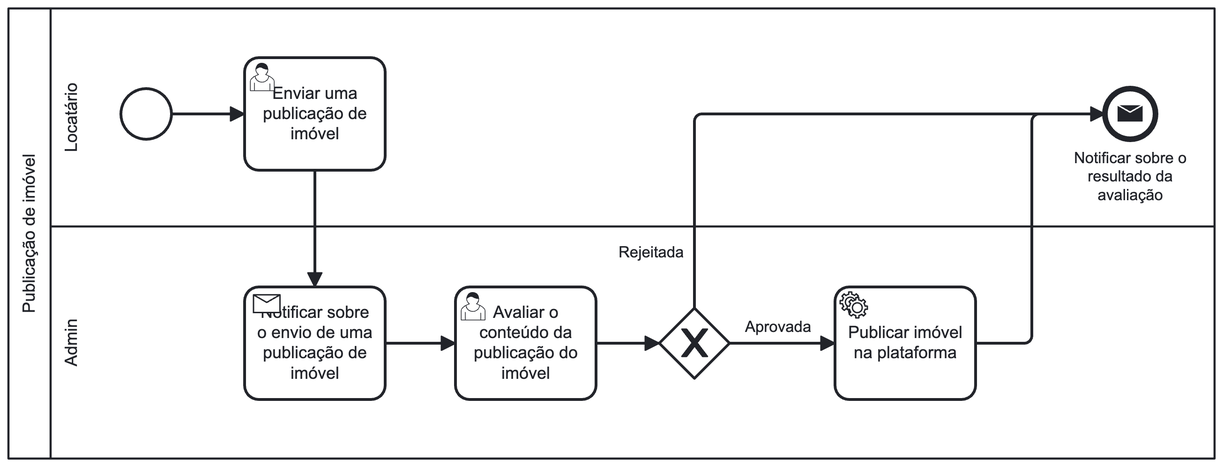
Earlier version of the BPMN export docs/images/processo-2.png (lucaazalim/tiapn-morada). Its source is kept beside it as assets/processes/processo-2.bpmn. Ids are renumbered. Its diagram source:
```xml
<bpmn:definitions xmlns:bpmn="http://www.omg.org/spec/BPMN/20100524/MODEL" xmlns:bpmndi="http://www.omg.org/spec/BPMN/20100524/DI" xmlns:dc="http://www.omg.org/spec/DD/20100524/DC" xmlns:xsi="http://www.w3.org/2001/XMLSchema-instance" xmlns:di="http://www.omg.org/spec/DD/20100524/DI" xmlns:zeebe="http://camunda.org/schema/zeebe/1.0" xmlns:modeler="http://camunda.org/schema/modeler/1.0" xmlns:camunda="http://camunda.org/schema/1.0/bpmn" id="Definitions_1" targetNamespace="http://bpmn.io/schema/bpmn" exporter="Camunda Web Modeler" exporterVersion="1c7d819" modeler:executionPlatform="Camunda Cloud" modeler:executionPlatformVersion="8.2.0" camunda:diagramRelationId="41bb8c9b-6771-48ce-b746-21e3d98f2982">
  <bpmn:collaboration id="Collaboration_n1">
    <bpmn:participant id="Participant_n2" name="Publicação de imóvel" processRef="Process_n3" />
  </bpmn:collaboration>
  <bpmn:process id="Process_n3" isExecutable="true">
    <bpmn:laneSet id="LaneSet_n4">
      <bpmn:lane id="Lane_n5" name="Admin">
        <bpmn:flowNodeRef>Activity_n6</bpmn:flowNodeRef>
        <bpmn:flowNodeRef>Activity_n7</bpmn:flowNodeRef>
        <bpmn:flowNodeRef>Gateway_n8</bpmn:flowNodeRef>
        <bpmn:flowNodeRef>Activity_n9</bpmn:flowNodeRef>
        <bpmn:childLaneSet id="LaneSet_n10" />
      </bpmn:lane>
      <bpmn:lane id="Lane_n11" name="Usuário">
        <bpmn:flowNodeRef>StartEvent_1</bpmn:flowNodeRef>
        <bpmn:flowNodeRef>Activity_n12</bpmn:flowNodeRef>
        <bpmn:flowNodeRef>Event_n13</bpmn:flowNodeRef>
      </bpmn:lane>
    </bpmn:laneSet>
    <bpmn:sequenceFlow id="Flow_n14" sourceRef="Activity_n12" targetRef="Activity_n6" />
    <bpmn:startEvent id="StartEvent_1">
      <bpmn:outgoing>Flow_n15</bpmn:outgoing>
    </bpmn:startEvent>
    <bpmn:userTask id="Activity_n12" name="Enviar uma publicação de imóvel">
      <bpmn:incoming>Flow_n15</bpmn:incoming>
      <bpmn:outgoing>Flow_n14</bpmn:outgoing>
    </bpmn:userTask>
    <bpmn:sequenceFlow id="Flow_n15" sourceRef="StartEvent_1" targetRef="Activity_n12" />
    <bpmn:receiveTask id="Activity_n6" name="Notificar sobre o envio de uma publicação de imóvel" messageRef="Message_n16">
      <bpmn:incoming>Flow_n14</bpmn:incoming>
      <bpmn:outgoing>Flow_n17</bpmn:outgoing>
    </bpmn:receiveTask>
    <bpmn:userTask id="Activity_n7" name="Avaliar o conteúdo da publicação do imóvel">
      <bpmn:incoming>Flow_n17</bpmn:incoming>
      <bpmn:outgoing>Flow_n18</bpmn:outgoing>
    </bpmn:userTask>
    <bpmn:exclusiveGateway id="Gateway_n8">
      <bpmn:incoming>Flow_n18</bpmn:incoming>
      <bpmn:outgoing>Flow_n19</bpmn:outgoing>
      <bpmn:outgoing>Flow_n20</bpmn:outgoing>
    </bpmn:exclusiveGateway>
    <bpmn:serviceTask id="Activity_n9" name="Publicar imóvel na plataforma">
      <bpmn:extensionElements>
        <zeebe:taskDefinition type="true" />
      </bpmn:extensionElements>
      <bpmn:incoming>Flow_n19</bpmn:incoming>
      <bpmn:outgoing>Flow_n21</bpmn:outgoing>
    </bpmn:serviceTask>
    <bpmn:endEvent id="Event_n13" name="Notificar sobre o resultado da avaliação">
      <bpmn:incoming>Flow_n20</bpmn:incoming>
      <bpmn:incoming>Flow_n21</bpmn:incoming>
      <bpmn:messageEventDefinition id="MessageEventDefinition_n22" />
    </bpmn:endEvent>
    <bpmn:sequenceFlow id="Flow_n17" sourceRef="Activity_n6" targetRef="Activity_n7" />
    <bpmn:sequenceFlow id="Flow_n18" sourceRef="Activity_n7" targetRef="Gateway_n8" />
    <bpmn:sequenceFlow id="Flow_n19" name="Aprovada" sourceRef="Gateway_n8" targetRef="Activity_n9">
      <bpmn:conditionExpression xsi:type="bpmn:tFormalExpression">=true</bpmn:conditionExpression>
    </bpmn:sequenceFlow>
    <bpmn:sequenceFlow id="Flow_n20" name="Rejeitada" sourceRef="Gateway_n8" targetRef="Event_n13">
      <bpmn:conditionExpression xsi:type="bpmn:tFormalExpression">=true</bpmn:conditionExpression>
    </bpmn:sequenceFlow>
    <bpmn:sequenceFlow id="Flow_n21" sourceRef="Activity_n9" targetRef="Event_n13" />
  </bpmn:process>
  <bpmn:message id="Message_n16" name="Message_n16">
    <bpmn:extensionElements>
      <zeebe:subscription correlationKey="=true" />
    </bpmn:extensionElements>
  </bpmn:message>
  <bpmndi:BPMNDiagram id="BPMNDiagram_1">
    <bpmndi:BPMNPlane id="BPMNPlane_1" bpmnElement="Collaboration_n1">
      <bpmndi:BPMNShape id="Participant_n2_di" bpmnElement="Participant_n2" isHorizontal="true">
        <dc:Bounds x="152" y="80" width="858" height="320" />
        <bpmndi:BPMNLabel />
      </bpmndi:BPMNShape>
      <bpmndi:BPMNShape id="Lane_n11_di" bpmnElement="Lane_n11" isHorizontal="true">
        <dc:Bounds x="182" y="80" width="828" height="155" />
        <bpmndi:BPMNLabel />
      </bpmndi:BPMNShape>
      <bpmndi:BPMNShape id="Lane_n5_di" bpmnElement="Lane_n5" isHorizontal="true">
        <dc:Bounds x="182" y="235" width="828" height="165" />
        <bpmndi:BPMNLabel />
      </bpmndi:BPMNShape>
      <bpmndi:BPMNShape id="_BPMNShape_StartEvent_2" bpmnElement="StartEvent_1">
        <dc:Bounds x="232" y="137" width="36" height="36" />
      </bpmndi:BPMNShape>
      <bpmndi:BPMNShape id="Activity_1btk9bi_di" bpmnElement="Activity_n12">
        <dc:Bounds x="320" y="115" width="100" height="80" />
      </bpmndi:BPMNShape>
      <bpmndi:BPMNShape id="Activity_1xbe0qu_di" bpmnElement="Activity_n6">
        <dc:Bounds x="320" y="278" width="100" height="80" />
      </bpmndi:BPMNShape>
      <bpmndi:BPMNShape id="Activity_01c9kap_di" bpmnElement="Activity_n7">
        <dc:Bounds x="470" y="278" width="100" height="80" />
      </bpmndi:BPMNShape>
      <bpmndi:BPMNShape id="Gateway_n8_di" bpmnElement="Gateway_n8" isMarkerVisible="true">
        <dc:Bounds x="615" y="293" width="50" height="50" />
      </bpmndi:BPMNShape>
      <bpmndi:BPMNShape id="Activity_0cmmyc1_di" bpmnElement="Activity_n9">
        <dc:Bounds x="740" y="278" width="100" height="80" />
      </bpmndi:BPMNShape>
      <bpmndi:BPMNShape id="Event_0lcl0k1_di" bpmnElement="Event_n13">
        <dc:Bounds x="932" y="137" width="36" height="36" />
        <bpmndi:BPMNLabel>
          <dc:Bounds x="910" y="180" width="81" height="40" />
        </bpmndi:BPMNLabel>
      </bpmndi:BPMNShape>
      <bpmndi:BPMNEdge id="Flow_n14_di" bpmnElement="Flow_n14">
        <di:waypoint x="370" y="195" />
        <di:waypoint x="370" y="278" />
      </bpmndi:BPMNEdge>
      <bpmndi:BPMNEdge id="Flow_n15_di" bpmnElement="Flow_n15">
        <di:waypoint x="268" y="155" />
        <di:waypoint x="320" y="155" />
      </bpmndi:BPMNEdge>
      <bpmndi:BPMNEdge id="Flow_n17_di" bpmnElement="Flow_n17">
        <di:waypoint x="420" y="318" />
        <di:waypoint x="470" y="318" />
      </bpmndi:BPMNEdge>
      <bpmndi:BPMNEdge id="Flow_n18_di" bpmnElement="Flow_n18">
        <di:waypoint x="570" y="318" />
        <di:waypoint x="615" y="318" />
      </bpmndi:BPMNEdge>
      <bpmndi:BPMNEdge id="Flow_n19_di" bpmnElement="Flow_n19">
        <di:waypoint x="665" y="318" />
        <di:waypoint x="740" y="318" />
        <bpmndi:BPMNLabel>
          <dc:Bounds x="676" y="300" width="48" height="14" />
        </bpmndi:BPMNLabel>
      </bpmndi:BPMNEdge>
      <bpmndi:BPMNEdge id="Flow_n20_di" bpmnElement="Flow_n20">
        <di:waypoint x="640" y="293" />
        <di:waypoint x="640" y="155" />
        <di:waypoint x="932" y="155" />
        <bpmndi:BPMNLabel>
          <dc:Bounds x="586" y="247" width="47" height="14" />
        </bpmndi:BPMNLabel>
      </bpmndi:BPMNEdge>
      <bpmndi:BPMNEdge id="Flow_n21_di" bpmnElement="Flow_n21">
        <di:waypoint x="840" y="318" />
        <di:waypoint x="880" y="318" />
        <di:waypoint x="880" y="155" />
        <di:waypoint x="932" y="155" />
      </bpmndi:BPMNEdge>
    </bpmndi:BPMNPlane>
  </bpmndi:BPMNDiagram>
</bpmn:definitions>
```
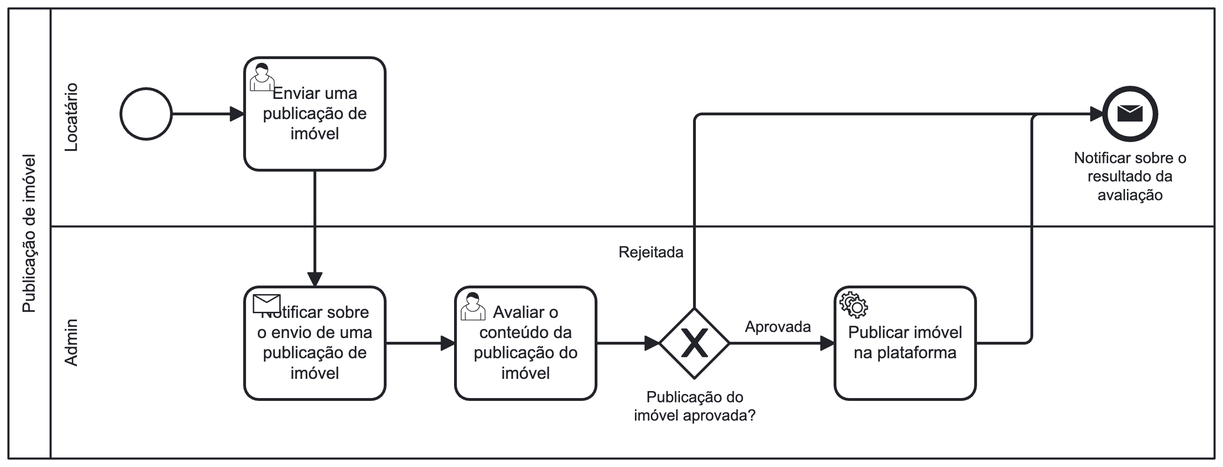
The same diagram one commit later.

Commit message:
Atualizando BPMN do Processo 2. #8

Change to the diagram source:
```diff
@@ -1,4 +1,4 @@
-<bpmn:definitions xmlns:bpmn="http://www.omg.org/spec/BPMN/20100524/MODEL" xmlns:bpmndi="http://www.omg.org/spec/BPMN/20100524/DI" xmlns:dc="http://www.omg.org/spec/DD/20100524/DC" xmlns:xsi="http://www.w3.org/2001/XMLSchema-instance" xmlns:di="http://www.omg.org/spec/DD/20100524/DI" xmlns:zeebe="http://camunda.org/schema/zeebe/1.0" xmlns:modeler="http://camunda.org/schema/modeler/1.0" xmlns:camunda="http://camunda.org/schema/1.0/bpmn" id="Definitions_1" targetNamespace="http://bpmn.io/schema/bpmn" exporter="Camunda Web Modeler" exporterVersion="1c7d819" modeler:executionPlatform="Camunda Cloud" modeler:executionPlatformVersion="8.2.0" camunda:diagramRelationId="41bb8c9b-6771-48ce-b746-21e3d98f2982">
+<bpmn:definitions xmlns:bpmn="http://www.omg.org/spec/BPMN/20100524/MODEL" xmlns:bpmndi="http://www.omg.org/spec/BPMN/20100524/DI" xmlns:dc="http://www.omg.org/spec/DD/20100524/DC" xmlns:xsi="http://www.w3.org/2001/XMLSchema-instance" xmlns:di="http://www.omg.org/spec/DD/20100524/DI" xmlns:zeebe="http://camunda.org/schema/zeebe/1.0" xmlns:modeler="http://camunda.org/schema/modeler/1.0" xmlns:camunda="http://camunda.org/schema/1.0/bpmn" id="Definitions_1" targetNamespace="http://bpmn.io/schema/bpmn" exporter="Camunda Web Modeler" exporterVersion="cbae99f" modeler:executionPlatform="Camunda Cloud" modeler:executionPlatformVersion="8.2.0" camunda:diagramRelationId="41bb8c9b-6771-48ce-b746-21e3d98f2982">
   <bpmn:collaboration id="Collaboration_n1">
     <bpmn:participant id="Participant_n2" name="Publicação de imóvel" processRef="Process_n3" />
   </bpmn:collaboration>
@@ -11,7 +11,7 @@
         <bpmn:flowNodeRef>Activity_n9</bpmn:flowNodeRef>
         <bpmn:childLaneSet id="LaneSet_n10" />
       </bpmn:lane>
-      <bpmn:lane id="Lane_n11" name="Usuário">
+      <bpmn:lane id="Lane_n11" name="Locatário">
         <bpmn:flowNodeRef>StartEvent_1</bpmn:flowNodeRef>
         <bpmn:flowNodeRef>Activity_n12</bpmn:flowNodeRef>
         <bpmn:flowNodeRef>Event_n13</bpmn:flowNodeRef>
@@ -34,7 +34,7 @@
       <bpmn:incoming>Flow_n17</bpmn:incoming>
       <bpmn:outgoing>Flow_n18</bpmn:outgoing>
     </bpmn:userTask>
-    <bpmn:exclusiveGateway id="Gateway_n8">
+    <bpmn:exclusiveGateway id="Gateway_n8" name="Publicação do imóvel aprovada?">
       <bpmn:incoming>Flow_n18</bpmn:incoming>
       <bpmn:outgoing>Flow_n19</bpmn:outgoing>
       <bpmn:outgoing>Flow_n20</bpmn:outgoing>
@@ -94,6 +94,9 @@
       </bpmndi:BPMNShape>
       <bpmndi:BPMNShape id="Gateway_n8_di" bpmnElement="Gateway_n8" isMarkerVisible="true">
         <dc:Bounds x="615" y="293" width="50" height="50" />
+        <bpmndi:BPMNLabel>
+          <dc:Bounds x="597" y="350" width="87" height="27" />
+        </bpmndi:BPMNLabel>
       </bpmndi:BPMNShape>
       <bpmndi:BPMNShape id="Activity_0cmmyc1_di" bpmnElement="Activity_n9">
         <dc:Bounds x="740" y="278" width="100" height="80" />
```
